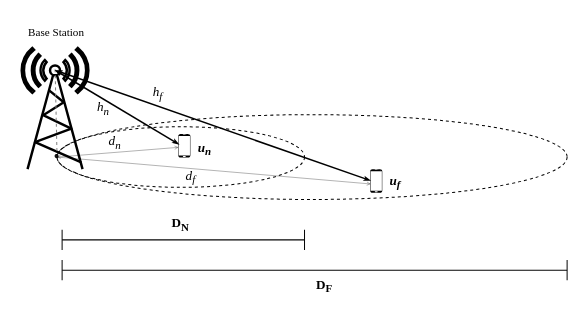
This is System Diagram.drawio from Lazarus-GS/NOMA-Diagrams, a draw.io file, before an edit. Source tidied: cells renumbered, new cells numbered last; positions are measured from the earlier drawing's top-left corner, leaving out a move shared by most shapes. Both pictures are drawn from the tidied source at 101%, with x=0, y=0 at pixel (17, 17).
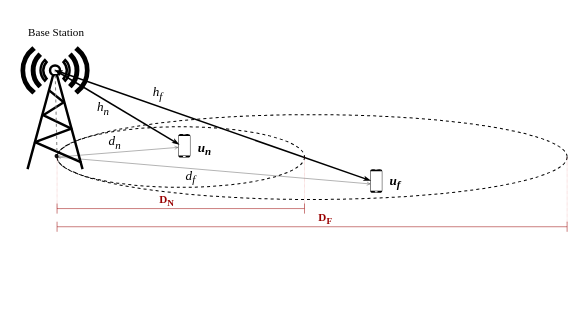
The same page after the edit.

Change to the diagram source:
```diff
@@
-    <mxCell id="8" style="endArrow=none;html=1;rounded=0;fontSize=13;fontColor=#636363;strokeColor=#050505;strokeWidth=1;" parent="1" edge="1">
-      <mxGeometry relative="1" as="geometry">
-        <mxPoint x="44" y="250" as="sourcePoint" />
-        <mxPoint x="544" y="250" as="targetPoint" />
-      </mxGeometry>
-    </mxCell>
@@
-    <mxCell id="10" style="endArrow=none;html=1;rounded=0;fontSize=13;fontColor=#636363;strokeColor=#050505;strokeWidth=1;" parent="1" edge="1">
-      <mxGeometry relative="1" as="geometry">
-        <mxPoint x="44" y="260" as="sourcePoint" />
-        <mxPoint x="44" y="240" as="targetPoint" />
-      </mxGeometry>
-    </mxCell>
-    <mxCell id="11" style="endArrow=none;html=1;rounded=0;fontSize=13;fontColor=#636363;strokeColor=#050505;strokeWidth=1;" parent="1" edge="1">
-      <mxGeometry relative="1" as="geometry">
-        <mxPoint x="544" y="260" as="sourcePoint" />
-        <mxPoint x="544" y="240" as="targetPoint" />
-      </mxGeometry>
-    </mxCell>
-    <mxCell id="12" value="&lt;span style=&quot;font-size: 13px;&quot;&gt;&lt;b&gt;D&lt;sub&gt;N&lt;/sub&gt;&lt;/b&gt;&lt;/span&gt;" style="text;html=1;strokeColor=none;fillColor=none;align=center;verticalAlign=middle;whiteSpace=wrap;rounded=0;dashed=1;fontFamily=Times New Roman;" parent="1" vertex="1">
-      <mxGeometry x="149" y="190" width="25" height="30" as="geometry" />
-    </mxCell>
-    <mxCell id="13" value="&lt;span style=&quot;font-size: 13px;&quot;&gt;&lt;b&gt;D&lt;sub&gt;F&lt;/sub&gt;&lt;/b&gt;&lt;/span&gt;" style="text;html=1;strokeColor=none;fillColor=none;align=center;verticalAlign=middle;whiteSpace=wrap;rounded=0;dashed=1;fontFamily=Times New Roman;" parent="1" vertex="1">
-      <mxGeometry x="294" y="251" width="20" height="30" as="geometry" />
+    <mxCell id="13" value="&lt;span style=&quot;font-size: 11px;&quot;&gt;&lt;b&gt;D&lt;sub&gt;F&lt;/sub&gt;&lt;/b&gt;&lt;/span&gt;" style="text;html=1;strokeColor=none;fillColor=none;align=center;verticalAlign=middle;whiteSpace=wrap;rounded=0;dashed=1;fontFamily=Times New Roman;fontColor=#990000;" parent="1" vertex="1">
+      <mxGeometry x="295" y="184" width="20" height="30" as="geometry" />
     </mxCell>
-    <mxCell id="14" style="group;" parent="1" vertex="1">
-      <mxGeometry x="44" y="210" width="240" height="20" as="geometry" />
-    </mxCell>
-    <mxCell id="15" style="endArrow=none;html=1;rounded=0;fontSize=13;fontColor=#636363;strokeColor=#050505;strokeWidth=1;" parent="14" edge="1">
-      <mxGeometry relative="1" as="geometry">
-        <mxPoint y="10" as="sourcePoint" />
-        <mxPoint x="240" y="10" as="targetPoint" />
-      </mxGeometry>
-    </mxCell>
-    <mxCell id="16" style="endArrow=none;html=1;rounded=0;fontSize=13;fontColor=#636363;strokeColor=#050505;strokeWidth=1;" parent="14" edge="1">
-      <mxGeometry relative="1" as="geometry">
-        <mxPoint y="20" as="sourcePoint" />
-        <mxPoint as="targetPoint" />
-      </mxGeometry>
-    </mxCell>
-    <mxCell id="17" style="endArrow=none;html=1;rounded=0;fontSize=13;fontColor=#636363;strokeColor=#050505;strokeWidth=1;" parent="14" edge="1">
-      <mxGeometry relative="1" as="geometry">
-        <mxPoint x="240" y="20" as="sourcePoint" />
-        <mxPoint x="240" as="targetPoint" />
-      </mxGeometry>
-    </mxCell>
@@
+    <mxCell id="12" value="&lt;span style=&quot;font-size: 11px;&quot;&gt;&lt;b&gt;D&lt;sub&gt;N&lt;/sub&gt;&lt;/b&gt;&lt;/span&gt;" style="text;html=1;strokeColor=none;fillColor=none;align=center;verticalAlign=middle;whiteSpace=wrap;rounded=0;dashed=1;fontFamily=Times New Roman;fontColor=#990000;strokeWidth=0.2;" parent="1" vertex="1">
+      <mxGeometry x="135.2" y="166" width="25.5" height="30" as="geometry" />
+    </mxCell>
+    <mxCell id="29" style="endArrow=none;dashed=1;html=1;strokeWidth=0.2;rounded=0;fontFamily=Times New Roman;fontSize=11;fontColor=#990000;startSize=3;endSize=3;strokeColor=#CC0000;" parent="1" edge="1">
+      <mxGeometry relative="1" as="geometry">
+        <mxPoint x="284" y="188" as="sourcePoint" />
+        <mxPoint x="284" y="137" as="targetPoint" />
+      </mxGeometry>
+    </mxCell>
+    <mxCell id="30" style="endArrow=none;dashed=1;html=1;strokeWidth=0.2;rounded=0;fontFamily=Times New Roman;fontSize=11;fontColor=#990000;startSize=3;endSize=3;strokeColor=#CC0000;" parent="1" edge="1">
+      <mxGeometry relative="1" as="geometry">
+        <mxPoint x="544" y="138" as="sourcePoint" />
+        <mxPoint x="544" y="204" as="targetPoint" />
+      </mxGeometry>
+    </mxCell>
+    <mxCell id="8" style="endArrow=none;html=1;rounded=0;fontSize=13;fontColor=#990000;strokeColor=#990000;strokeWidth=0.5;" parent="1" edge="1">
+      <mxGeometry relative="1" as="geometry">
+        <mxPoint x="39" y="207" as="sourcePoint" />
+        <mxPoint x="544" y="207" as="targetPoint" />
+      </mxGeometry>
+    </mxCell>
+    <mxCell id="10" style="endArrow=none;html=1;rounded=0;fontSize=13;fontColor=#990000;strokeColor=#990000;strokeWidth=0.5;" parent="1" edge="1">
+      <mxGeometry relative="1" as="geometry">
+        <mxPoint x="39" y="212" as="sourcePoint" />
+        <mxPoint x="39" y="202" as="targetPoint" />
+      </mxGeometry>
+    </mxCell>
+    <mxCell id="31" style="endArrow=none;dashed=1;html=1;strokeWidth=0.2;rounded=0;fontFamily=Times New Roman;fontSize=11;fontColor=#990000;startSize=3;endSize=3;strokeColor=#CC0000;" parent="1" edge="1">
+      <mxGeometry relative="1" as="geometry">
+        <mxPoint x="39" y="189.5" as="sourcePoint" />
+        <mxPoint x="39" y="138.5" as="targetPoint" />
+      </mxGeometry>
+    </mxCell>
+    <mxCell id="32" style="endArrow=none;html=1;rounded=0;fontSize=13;fontColor=#990000;strokeColor=#990000;strokeWidth=0.5;" parent="1" edge="1">
+      <mxGeometry relative="1" as="geometry">
+        <mxPoint x="544" y="212" as="sourcePoint" />
+        <mxPoint x="544" y="202" as="targetPoint" />
+      </mxGeometry>
+    </mxCell>
+    <mxCell id="15" style="endArrow=none;html=1;rounded=0;fontSize=13;fontColor=#636363;strokeColor=#990000;strokeWidth=0.5;" parent="1" edge="1">
+      <mxGeometry relative="1" as="geometry">
+        <mxPoint x="39" y="189" as="sourcePoint" />
+        <mxPoint x="284" y="189" as="targetPoint" />
+      </mxGeometry>
+    </mxCell>
+    <mxCell id="33" style="endArrow=none;html=1;rounded=0;fontSize=13;fontColor=#990000;strokeColor=#990000;strokeWidth=0.5;" parent="1" edge="1">
+      <mxGeometry relative="1" as="geometry">
+        <mxPoint x="39" y="194" as="sourcePoint" />
+        <mxPoint x="39" y="184" as="targetPoint" />
+      </mxGeometry>
+    </mxCell>
+    <mxCell id="34" style="endArrow=none;html=1;rounded=0;fontSize=13;fontColor=#990000;strokeColor=#990000;strokeWidth=0.5;" parent="1" edge="1">
+      <mxGeometry relative="1" as="geometry">
+        <mxPoint x="284" y="194" as="sourcePoint" />
+        <mxPoint x="284" y="184" as="targetPoint" />
+      </mxGeometry>
+    </mxCell>
```
